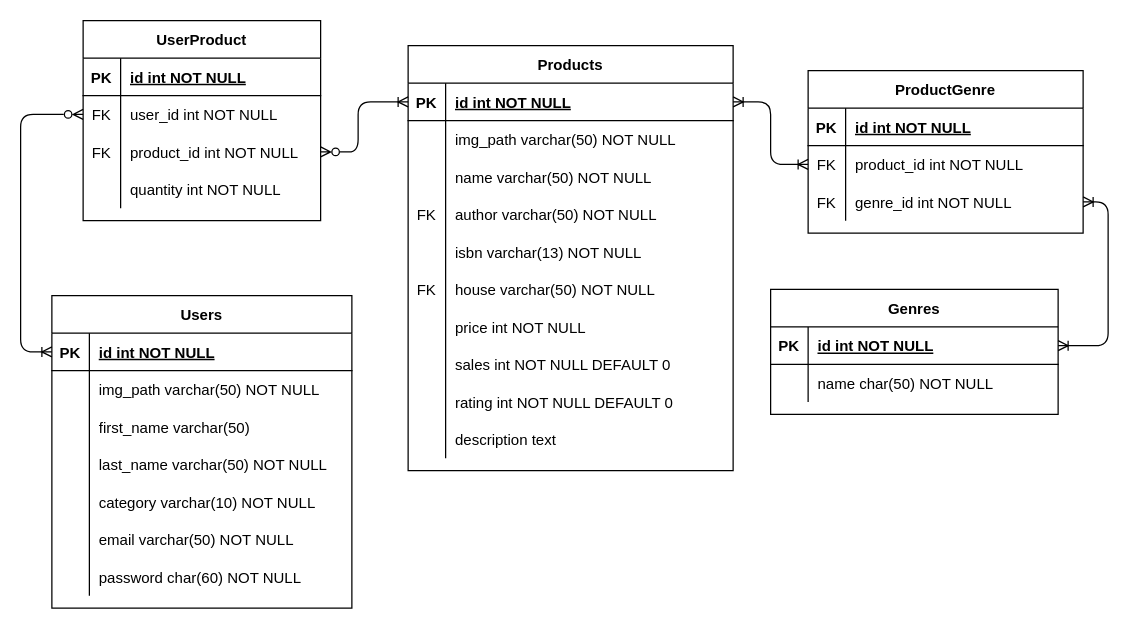
Before: sql/entity-diagram.drawio in mariadelrosario98/grupo_7_LSTANDSFORLIBROS, a draw.io diagram. Source tidied: cells renumbered, new cells numbered last; positions are measured from the earlier drawing's top-left corner, leaving out a move shared by most shapes. Both pictures are drawn from the tidied source at 125%, with x=0, y=0 at pixel (-136, 20).
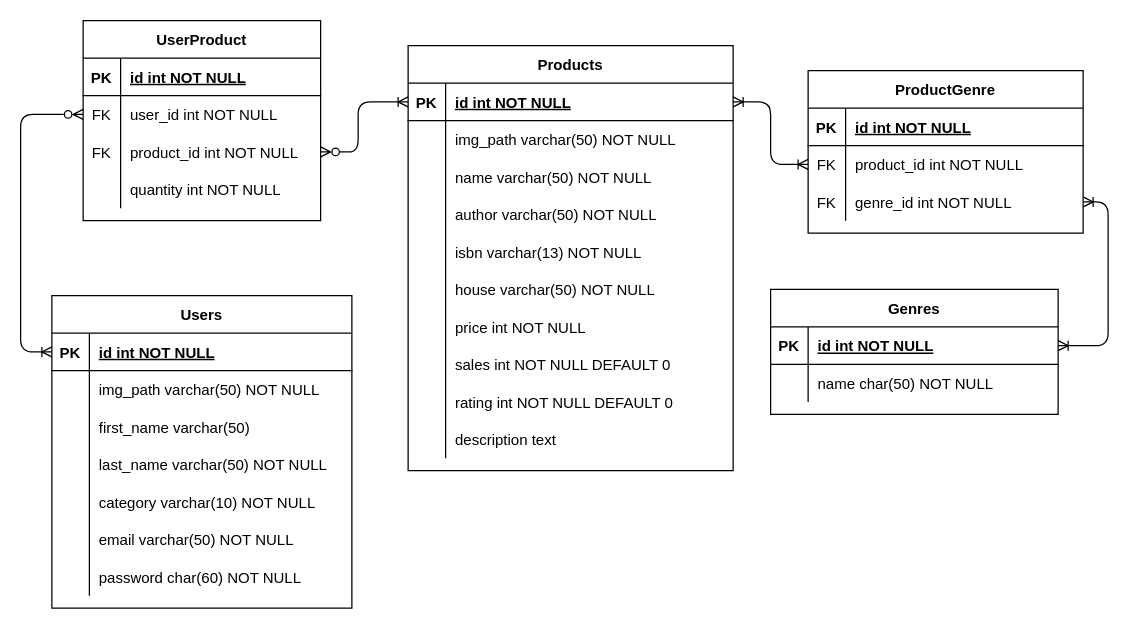
Above is the later version.

Unchanged cells that the change refers to:
```xml
<mxCell id="41" style="shape=tableRow;horizontal=0;startSize=0;swimlaneHead=0;swimlaneBody=0;fillColor=none;top=0;left=0;right=0;bottom=0;" parent="31" vertex="1">
  <mxGeometry y="120" width="260" height="30" as="geometry" />
</mxCell>
<mxCell id="47" style="shape=tableRow;horizontal=0;startSize=0;swimlaneHead=0;swimlaneBody=0;fillColor=none;top=0;left=0;right=0;bottom=0;" parent="31" vertex="1">
  <mxGeometry y="180" width="260" height="30" as="geometry" />
</mxCell>
```

Change to the diagram source:
```diff
@@
-    <mxCell id="42" value="FK" style="shape=partialRectangle;overflow=hidden;fillColor=none;top=0;left=0;bottom=0;right=0;" parent="41" vertex="1">
+    <mxCell id="42" style="shape=partialRectangle;overflow=hidden;fillColor=none;top=0;left=0;bottom=0;right=0;" parent="41" vertex="1">
       <mxGeometry width="30" height="30" as="geometry" />
     </mxCell>
@@
-    <mxCell id="48" value="FK" style="shape=partialRectangle;overflow=hidden;fillColor=none;top=0;left=0;bottom=0;right=0;" parent="47" vertex="1">
+    <mxCell id="48" style="shape=partialRectangle;overflow=hidden;fillColor=none;top=0;left=0;bottom=0;right=0;" parent="47" vertex="1">
       <mxGeometry width="30" height="30" as="geometry" />
     </mxCell>
```
